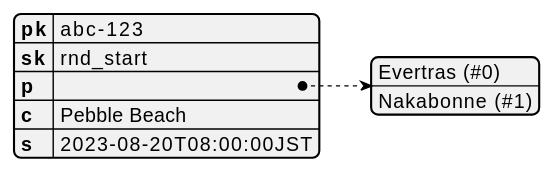
Evertras/live-leaderboards keeps this PlantUML diagram as docs/diagrams/event_round_start.svg. Above is the earlier version. The source it was exported from:
```plantuml
@startyaml

pk: abc-123
sk: rnd_start
p:
  - Evertras (#0)
  - Nakabonne (#1)
c: Pebble Beach
s: 2023-08-20T08:00:00JST

@endyaml
```
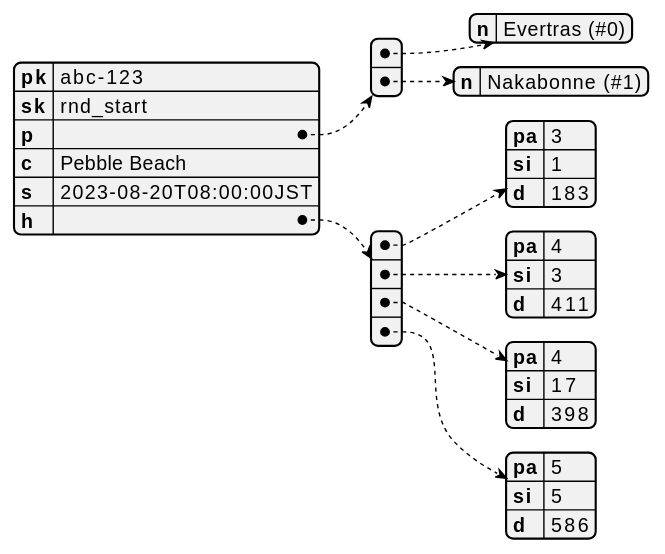
After the commit.

Change to the diagram source:
```diff
@@ -3,9 +3,22 @@
 pk: abc-123
 sk: rnd_start
 p:
-  - Evertras (#0)
-  - Nakabonne (#1)
+  - n: Evertras (#0)
+  - n: Nakabonne (#1)
 c: Pebble Beach
 s: 2023-08-20T08:00:00JST
+h:
+  - pa: 3
+    si: 1
+    d: 183
+  - pa: 4
+    si: 3
+    d: 411
+  - pa: 4
+    si: 17
+    d: 398
+  - pa: 5
+    si: 5
+    d: 586
 
 @endyaml
```
